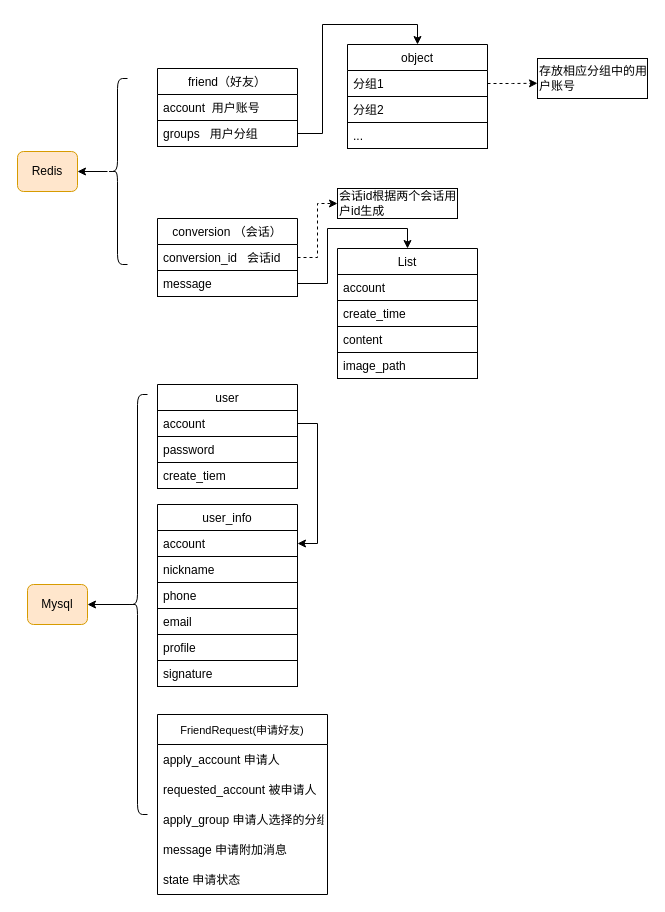
Nick87-xkk/chat_server keeps this draw.io diagram as server流程.drawio. Above is the earlier version. Source tidied: cells renumbered, new cells numbered last; positions are measured from the earlier drawing's top-left corner, leaving out a move shared by most shapes. Both pictures are drawn from the tidied source at 100%, with x=0, y=0 at pixel (17, 44).
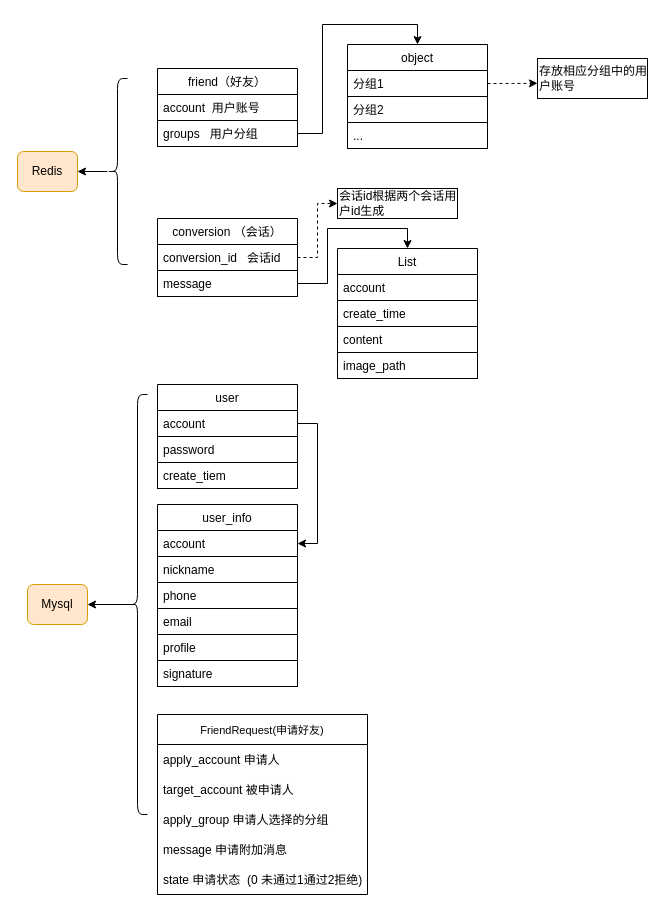
Above is the later version.

What changed in the source:
```diff
@@
     <mxCell id="41" value="FriendRequest(申请好友)" style="swimlane;fontStyle=0;horizontal=1;startSize=30;fontSize=11;" parent="1" vertex="1">
-      <mxGeometry x="140" y="670" width="170" height="180" as="geometry" />
+      <mxGeometry x="140" y="670" width="210" height="180" as="geometry" />
     </mxCell>
     <mxCell id="42" value="apply_account 申请人" style="text;strokeColor=none;fillColor=none;align=left;verticalAlign=middle;spacingLeft=4;spacingRight=4;overflow=hidden;" parent="41" vertex="1">
-      <mxGeometry y="30" width="170" height="30" as="geometry" />
+      <mxGeometry y="30" width="210" height="30" as="geometry" />
     </mxCell>
-    <mxCell id="43" value="requested_account 被申请人" style="text;strokeColor=none;fillColor=none;align=left;verticalAlign=middle;spacingLeft=4;spacingRight=4;overflow=hidden;" parent="41" vertex="1">
-      <mxGeometry y="60" width="170" height="30" as="geometry" />
+    <mxCell id="43" value="target_account 被申请人" style="text;strokeColor=none;fillColor=none;align=left;verticalAlign=middle;spacingLeft=4;spacingRight=4;overflow=hidden;" parent="41" vertex="1">
+      <mxGeometry y="60" width="210" height="30" as="geometry" />
     </mxCell>
     <mxCell id="44" value="apply_group 申请人选择的分组" style="text;strokeColor=none;fillColor=none;align=left;verticalAlign=middle;spacingLeft=4;spacingRight=4;overflow=hidden;" parent="41" vertex="1">
-      <mxGeometry y="90" width="170" height="30" as="geometry" />
+      <mxGeometry y="90" width="210" height="30" as="geometry" />
     </mxCell>
     <mxCell id="45" value="message 申请附加消息" style="text;strokeColor=none;fillColor=none;align=left;verticalAlign=middle;spacingLeft=4;spacingRight=4;overflow=hidden;" parent="41" vertex="1">
-      <mxGeometry y="120" width="170" height="30" as="geometry" />
+      <mxGeometry y="120" width="210" height="30" as="geometry" />
     </mxCell>
-    <mxCell id="46" value="state 申请状态" style="text;strokeColor=none;fillColor=none;align=left;verticalAlign=middle;spacingLeft=4;spacingRight=4;overflow=hidden;" parent="41" vertex="1">
-      <mxGeometry y="150" width="170" height="30" as="geometry" />
+    <mxCell id="46" value="state 申请状态  (0 未通过1通过2拒绝)" style="text;strokeColor=none;fillColor=none;align=left;verticalAlign=middle;spacingLeft=4;spacingRight=4;overflow=hidden;" parent="41" vertex="1">
+      <mxGeometry y="150" width="210" height="30" as="geometry" />
     </mxCell>
```
